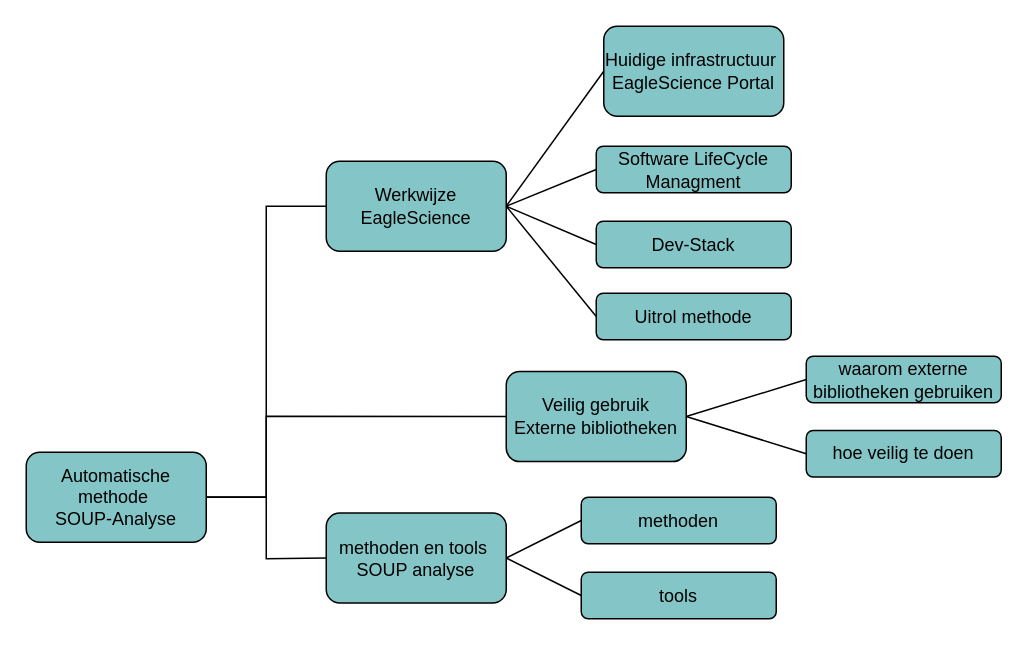
Before: page "Conceptueel Model" (4 of 16) of gfx/verslag graphix.drawio in codefink2020/afstudeerverslag, a draw.io diagram. Source tidied: cells renumbered, new cells numbered last; positions are measured from the earlier drawing's top-left corner, leaving out a move shared by most shapes. Both pictures are drawn from the tidied source at 150%, with x=0, y=0 at pixel (26, 26).
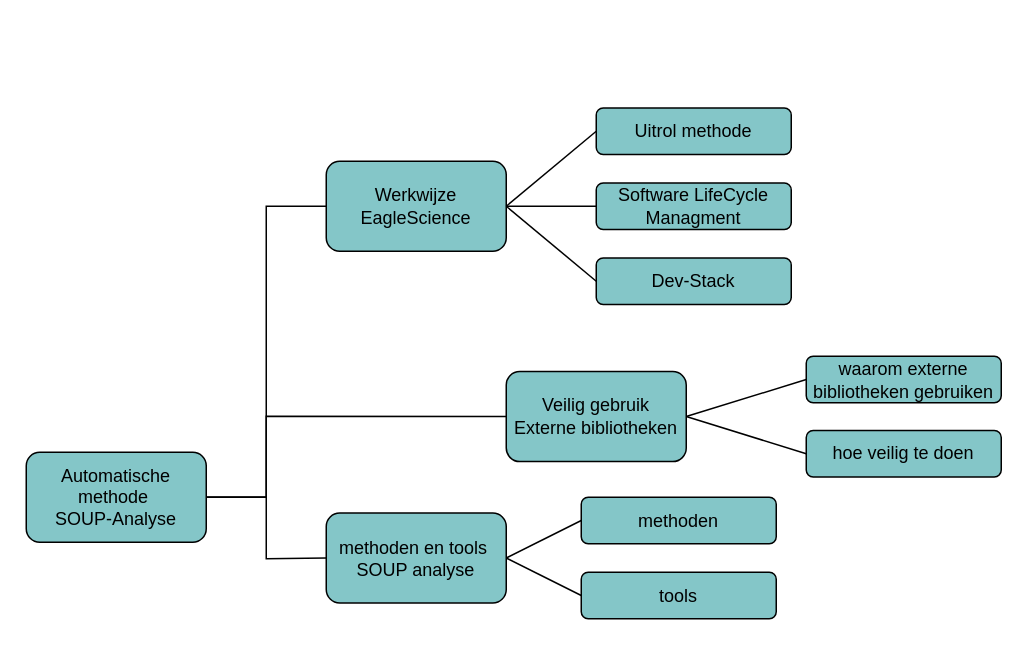
Above is the later version.

Commit message (it also covers changes not shown here):
Conceptueel Model.png aangepast

Unchanged cells that the change refers to:
```xml
<mxCell id="3" value="Werkwijze&lt;br&gt;EagleScience" style="rounded=1;whiteSpace=wrap;html=1;fillColor=#84C6C8;" parent="1" vertex="1">
  <mxGeometry x="200" y="90" width="120" height="60" as="geometry" />
</mxCell>
```

Change to the diagram source:
```diff
@@
-    <mxCell id="6" value="Huidige infrastructuur&amp;nbsp;&lt;br&gt;EagleScience Portal" style="rounded=1;whiteSpace=wrap;html=1;fillColor=#84C6C8;" parent="1" vertex="1">
-      <mxGeometry x="385" width="120" height="60" as="geometry" />
-    </mxCell>
@@
     <mxCell id="12" value="Dev-Stack" style="rounded=1;whiteSpace=wrap;html=1;fillColor=#84C6C8;" parent="1" vertex="1">
-      <mxGeometry x="380" y="130" width="130" height="31" as="geometry" />
+      <mxGeometry x="380" y="154.5" width="130" height="31" as="geometry" />
     </mxCell>
@@
     <mxCell id="15" value="Uitrol methode" style="rounded=1;whiteSpace=wrap;html=1;fillColor=#84C6C8;" parent="1" vertex="1">
-      <mxGeometry x="380" y="178" width="130" height="31" as="geometry" />
+      <mxGeometry x="380" y="54.5" width="130" height="31" as="geometry" />
     </mxCell>
     <mxCell id="16" value="Software LifeCycle&lt;br&gt;Managment" style="rounded=1;whiteSpace=wrap;html=1;fillColor=#84C6C8;" parent="1" vertex="1">
-      <mxGeometry x="380" y="80" width="130" height="31" as="geometry" />
+      <mxGeometry x="380" y="104.5" width="130" height="31" as="geometry" />
     </mxCell>
@@
-    <mxCell id="24" style="endArrow=none;html=1;rounded=0;exitX=1;exitY=0.5;exitDx=0;exitDy=0;entryX=0;entryY=0.5;entryDx=0;entryDy=0;" parent="1" edge="1" source="3" target="6">
-      <mxGeometry relative="1" as="geometry" />
-    </mxCell>
```
